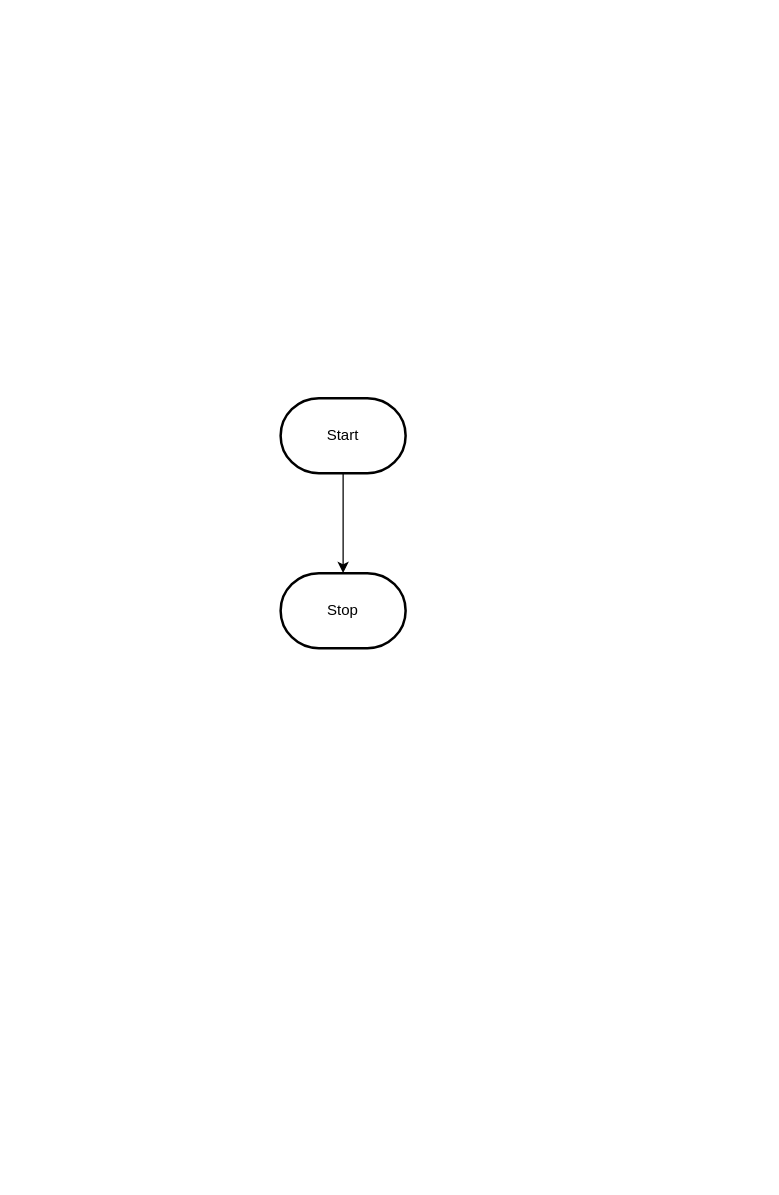
Before: design/flowchart.drawio in MTHS-ICD2O-1-2023/ICD2O-Assignment-05-nathan-desilva, a draw.io diagram. Source tidied: cells renumbered, new cells numbered last; positions are measured from the earlier drawing's top-left corner, leaving out a move shared by most shapes. Both pictures are drawn from the tidied source at 125%, with x=0, y=0 at pixel (280, 398).
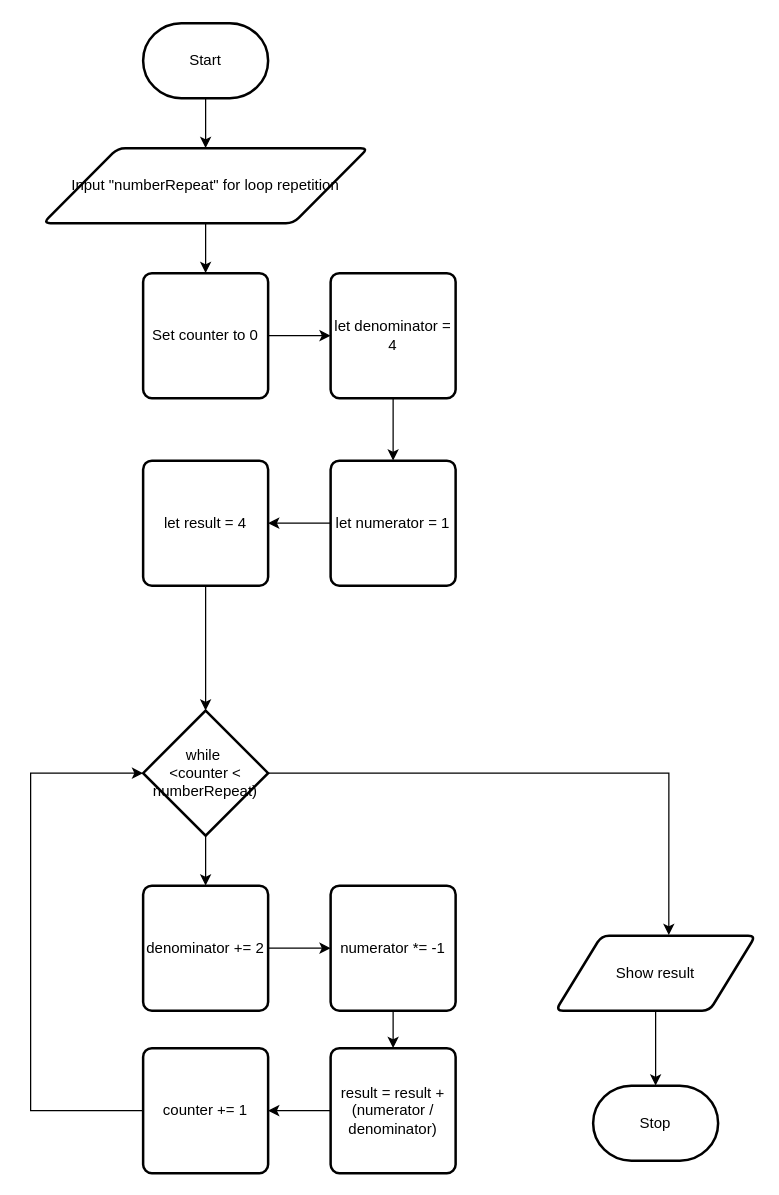
The same page after the edit.

The edit, as a diff of the source:
```diff
@@
-    <mxCell id="2" style="edgeStyle=orthogonalEdgeStyle;html=1;rounded=0;" parent="1" edge="1" source="3" target="4">
-      <mxGeometry relative="1" as="geometry" />
-    </mxCell>
+    <mxCell id="5" style="edgeStyle=orthogonalEdgeStyle;html=1;entryX=0.5;entryY=0;entryDx=0;entryDy=0;rounded=0;" parent="1" edge="1" source="3" target="2">
+      <mxGeometry relative="1" as="geometry" />
+    </mxCell>
     <mxCell id="3" value="Start" style="strokeWidth=2;html=1;shape=mxgraph.flowchart.terminator;whiteSpace=wrap;" parent="1" vertex="1">
-      <mxGeometry width="100" height="60" as="geometry" />
+      <mxGeometry x="-110" y="-300" width="100" height="60" as="geometry" />
     </mxCell>
     <mxCell id="4" value="Stop" style="strokeWidth=2;html=1;shape=mxgraph.flowchart.terminator;whiteSpace=wrap;" parent="1" vertex="1">
-      <mxGeometry y="140" width="100" height="60" as="geometry" />
+      <mxGeometry x="250" y="550" width="100" height="60" as="geometry" />
     </mxCell>
+    <mxCell id="6" style="edgeStyle=none;html=1;entryX=0.5;entryY=0;entryDx=0;entryDy=0;" parent="1" edge="1" source="2" target="11">
+      <mxGeometry relative="1" as="geometry" />
+    </mxCell>
+    <mxCell id="2" value="Input &quot;numberRepeat&quot; for loop repetition" style="shape=parallelogram;html=1;strokeWidth=2;perimeter=parallelogramPerimeter;whiteSpace=wrap;rounded=1;arcSize=12;size=0.23;" parent="1" vertex="1">
+      <mxGeometry x="-190" y="-200" width="260" height="60" as="geometry" />
+    </mxCell>
+    <mxCell id="7" style="edgeStyle=orthogonalEdgeStyle;rounded=0;html=1;entryX=0.566;entryY=-0.008;entryDx=0;entryDy=0;entryPerimeter=0;" parent="1" edge="1" source="9" target="15">
+      <mxGeometry relative="1" as="geometry" />
+    </mxCell>
+    <mxCell id="8" style="edgeStyle=orthogonalEdgeStyle;rounded=0;html=1;entryX=0.5;entryY=0;entryDx=0;entryDy=0;" parent="1" edge="1" source="9" target="17">
+      <mxGeometry relative="1" as="geometry" />
+    </mxCell>
+    <mxCell id="9" value="while&amp;nbsp;&lt;br&gt;&amp;lt;counter &amp;lt; numberRepeat)" style="strokeWidth=2;html=1;shape=mxgraph.flowchart.decision;whiteSpace=wrap;" parent="1" vertex="1">
+      <mxGeometry x="-110" y="250" width="100" height="100" as="geometry" />
+    </mxCell>
+    <mxCell id="10" style="edgeStyle=orthogonalEdgeStyle;rounded=0;html=1;entryX=0;entryY=0.5;entryDx=0;entryDy=0;" parent="1" edge="1" source="11" target="23">
+      <mxGeometry relative="1" as="geometry" />
+    </mxCell>
+    <mxCell id="11" value="Set counter to 0" style="rounded=1;whiteSpace=wrap;html=1;absoluteArcSize=1;arcSize=14;strokeWidth=2;" parent="1" vertex="1">
+      <mxGeometry x="-110" y="-100" width="100" height="100" as="geometry" />
+    </mxCell>
+    <mxCell id="12" style="edgeStyle=orthogonalEdgeStyle;rounded=0;html=1;entryX=0;entryY=0.5;entryDx=0;entryDy=0;entryPerimeter=0;" parent="1" edge="1" source="13" target="9">
+      <mxGeometry relative="1" as="geometry">
+        <Array as="points">
+          <mxPoint x="-200" y="570" />
+          <mxPoint x="-200" y="300" />
+        </Array>
+      </mxGeometry>
+    </mxCell>
+    <mxCell id="13" value="counter += 1" style="rounded=1;whiteSpace=wrap;html=1;absoluteArcSize=1;arcSize=14;strokeWidth=2;" parent="1" vertex="1">
+      <mxGeometry x="-110" y="520" width="100" height="100" as="geometry" />
+    </mxCell>
+    <mxCell id="14" style="edgeStyle=orthogonalEdgeStyle;rounded=0;html=1;entryX=0.5;entryY=0;entryDx=0;entryDy=0;entryPerimeter=0;" parent="1" edge="1" source="15" target="4">
+      <mxGeometry relative="1" as="geometry" />
+    </mxCell>
+    <mxCell id="15" value="Show result" style="shape=parallelogram;html=1;strokeWidth=2;perimeter=parallelogramPerimeter;whiteSpace=wrap;rounded=1;arcSize=12;size=0.23;" parent="1" vertex="1">
+      <mxGeometry x="220" y="430" width="160" height="60" as="geometry" />
+    </mxCell>
+    <mxCell id="16" style="edgeStyle=orthogonalEdgeStyle;rounded=0;html=1;entryX=0;entryY=0.5;entryDx=0;entryDy=0;" parent="1" edge="1" source="17" target="19">
+      <mxGeometry relative="1" as="geometry" />
+    </mxCell>
+    <mxCell id="17" value="denominator += 2&lt;br&gt;" style="rounded=1;whiteSpace=wrap;html=1;absoluteArcSize=1;arcSize=14;strokeWidth=2;" parent="1" vertex="1">
+      <mxGeometry x="-110" y="390" width="100" height="100" as="geometry" />
+    </mxCell>
+    <mxCell id="18" style="edgeStyle=orthogonalEdgeStyle;rounded=0;html=1;entryX=0.5;entryY=0;entryDx=0;entryDy=0;" parent="1" edge="1" source="19" target="21">
+      <mxGeometry relative="1" as="geometry" />
+    </mxCell>
+    <mxCell id="19" value="numerator *= -1" style="rounded=1;whiteSpace=wrap;html=1;absoluteArcSize=1;arcSize=14;strokeWidth=2;" parent="1" vertex="1">
+      <mxGeometry x="40" y="390" width="100" height="100" as="geometry" />
+    </mxCell>
+    <mxCell id="20" style="edgeStyle=none;html=1;entryX=1;entryY=0.5;entryDx=0;entryDy=0;" parent="1" edge="1" source="21" target="13">
+      <mxGeometry relative="1" as="geometry" />
+    </mxCell>
+    <mxCell id="21" value="result = result + (numerator / denominator)" style="rounded=1;whiteSpace=wrap;html=1;absoluteArcSize=1;arcSize=14;strokeWidth=2;" parent="1" vertex="1">
+      <mxGeometry x="40" y="520" width="100" height="100" as="geometry" />
+    </mxCell>
+    <mxCell id="22" style="edgeStyle=orthogonalEdgeStyle;html=1;entryX=0.5;entryY=0;entryDx=0;entryDy=0;rounded=0;" parent="1" edge="1" source="23" target="25">
+      <mxGeometry relative="1" as="geometry" />
+    </mxCell>
+    <mxCell id="23" value="let denominator = 4" style="rounded=1;whiteSpace=wrap;html=1;absoluteArcSize=1;arcSize=14;strokeWidth=2;" parent="1" vertex="1">
+      <mxGeometry x="40" y="-100" width="100" height="100" as="geometry" />
+    </mxCell>
+    <mxCell id="24" style="edgeStyle=none;html=1;entryX=1;entryY=0.5;entryDx=0;entryDy=0;" parent="1" edge="1" source="25" target="27">
+      <mxGeometry relative="1" as="geometry" />
+    </mxCell>
+    <mxCell id="25" value="let numerator = 1" style="rounded=1;whiteSpace=wrap;html=1;absoluteArcSize=1;arcSize=14;strokeWidth=2;" parent="1" vertex="1">
+      <mxGeometry x="40" y="50" width="100" height="100" as="geometry" />
+    </mxCell>
+    <mxCell id="26" style="edgeStyle=orthogonalEdgeStyle;rounded=0;html=1;entryX=0.5;entryY=0;entryDx=0;entryDy=0;entryPerimeter=0;" parent="1" edge="1" source="27" target="9">
+      <mxGeometry relative="1" as="geometry" />
+    </mxCell>
+    <mxCell id="27" value="let result = 4" style="rounded=1;whiteSpace=wrap;html=1;absoluteArcSize=1;arcSize=14;strokeWidth=2;" parent="1" vertex="1">
+      <mxGeometry x="-110" y="50" width="100" height="100" as="geometry" />
+    </mxCell>
```
